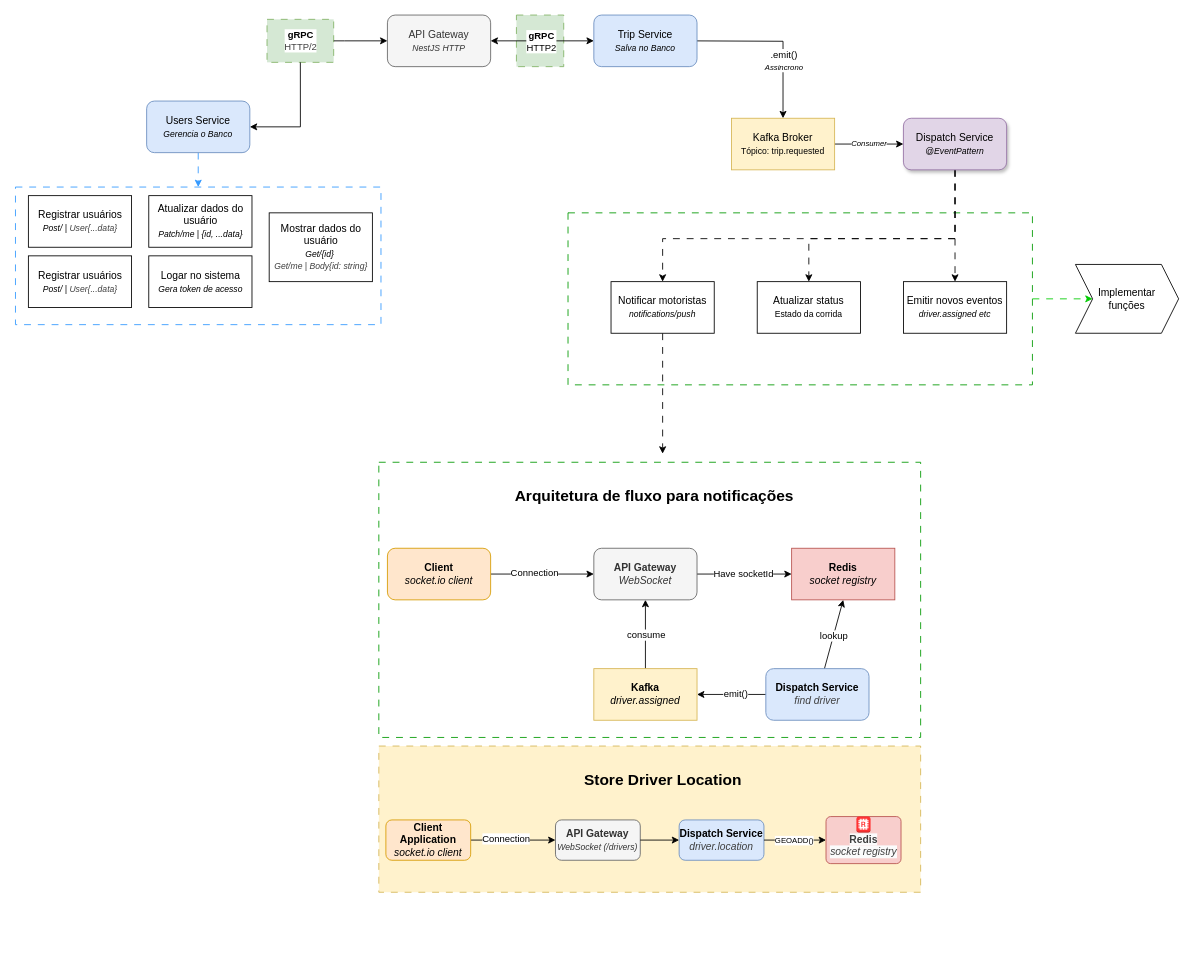
Earlier version of the draw.io diagram trip.requested.drawio (MathVans/Uber_Microsservices). Source tidied: cells renumbered, new cells numbered last; positions are measured from the earlier drawing's top-left corner, leaving out a move shared by most shapes. Both pictures are drawn from the tidied source at 86%, with x=0, y=0 at pixel (15, 15).
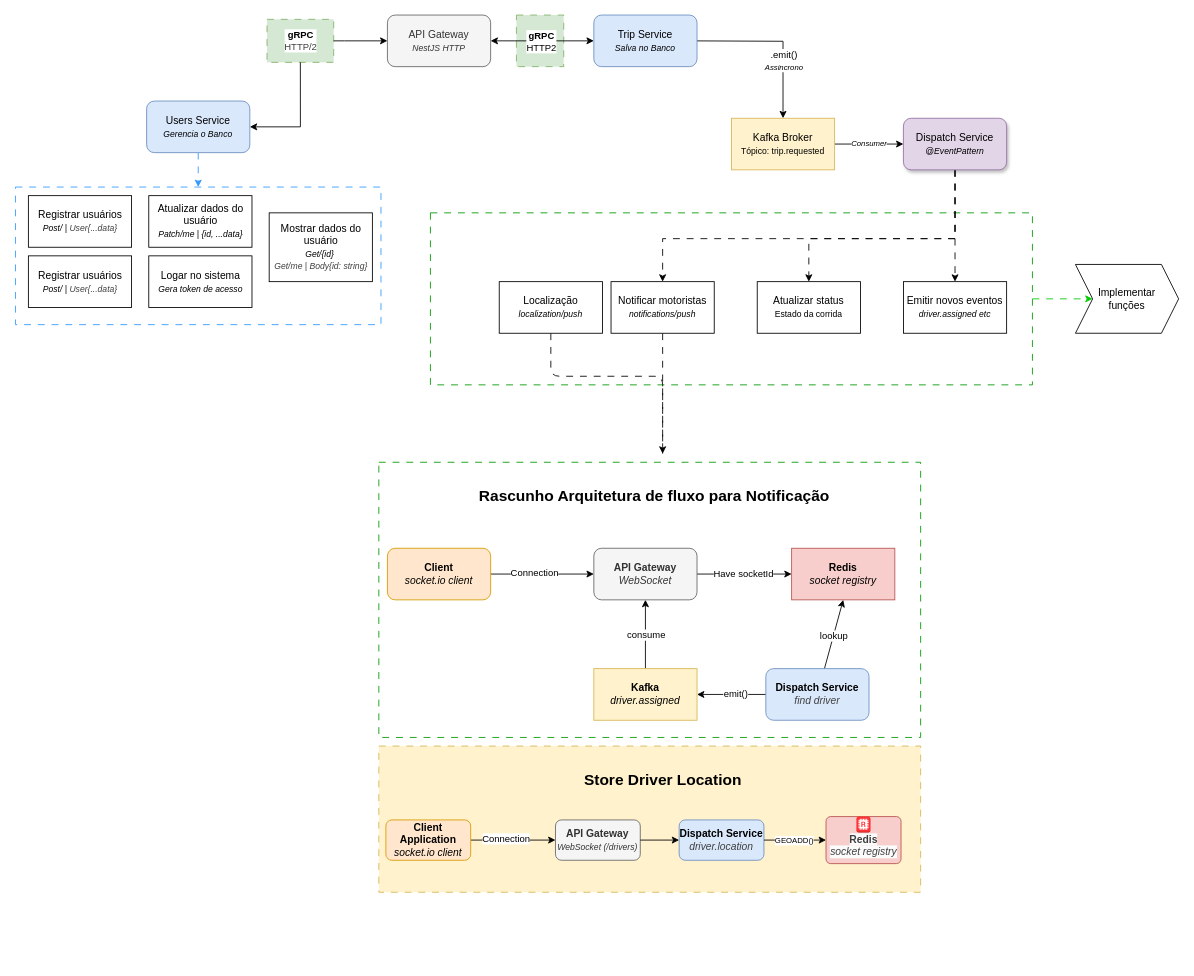
The same page after the edit.

Commit message:
chore(diagram): Thinking on trip request flow

Diff of the diagram source:
```diff
@@
     <mxCell id="5" style="rounded=0;whiteSpace=wrap;html=1;fillColor=none;dashed=1;dashPattern=8 8;shadow=0;glass=0;perimeterSpacing=0;strokeColor=light-dark(#009900,#80FF00);strokeWidth=1;" parent="1" vertex="1">
-      <mxGeometry x="642" y="230" width="540" height="200" as="geometry" />
+      <mxGeometry x="482" y="230" width="700" height="200" as="geometry" />
     </mxCell>
@@
-    <mxCell id="35" value="Arquitetura de fluxo para notificações" style="text;html=1;align=center;verticalAlign=middle;strokeColor=none;fillColor=none;fontStyle=1;fontSize=18;" parent="1" vertex="1">
-      <mxGeometry x="582" y="540" width="320" height="40" as="geometry" />
+    <mxCell id="35" value="Rascunho Arquitetura de fluxo para Notificação" style="text;html=1;align=center;verticalAlign=middle;strokeColor=none;fillColor=none;fontStyle=1;fontSize=18;" parent="1" vertex="1">
+      <mxGeometry x="542" y="540" width="400" height="40" as="geometry" />
     </mxCell>
@@
+    <mxCell id="65" style="edgeStyle=orthogonalEdgeStyle;html=1;exitX=0.5;exitY=1;exitDx=0;exitDy=0;dashed=1;dashPattern=8 8;endArrow=none;endFill=0;" parent="1" edge="1" source="66">
+      <mxGeometry relative="1" as="geometry">
+        <mxPoint x="752" y="510" as="targetPoint" />
+        <Array as="points">
+          <mxPoint x="622" y="420" />
+          <mxPoint x="752" y="420" />
+        </Array>
+      </mxGeometry>
+    </mxCell>
+    <mxCell id="66" value="Localização&lt;div&gt;&lt;i&gt;&lt;font style=&quot;font-size: 10px;&quot;&gt;localization/push&lt;/font&gt;&lt;/i&gt;&lt;/div&gt;" style="rounded=0;whiteSpace=wrap;html=1;" parent="1" vertex="1">
+      <mxGeometry x="562" y="310" width="120" height="60" as="geometry" />
+    </mxCell>
```
